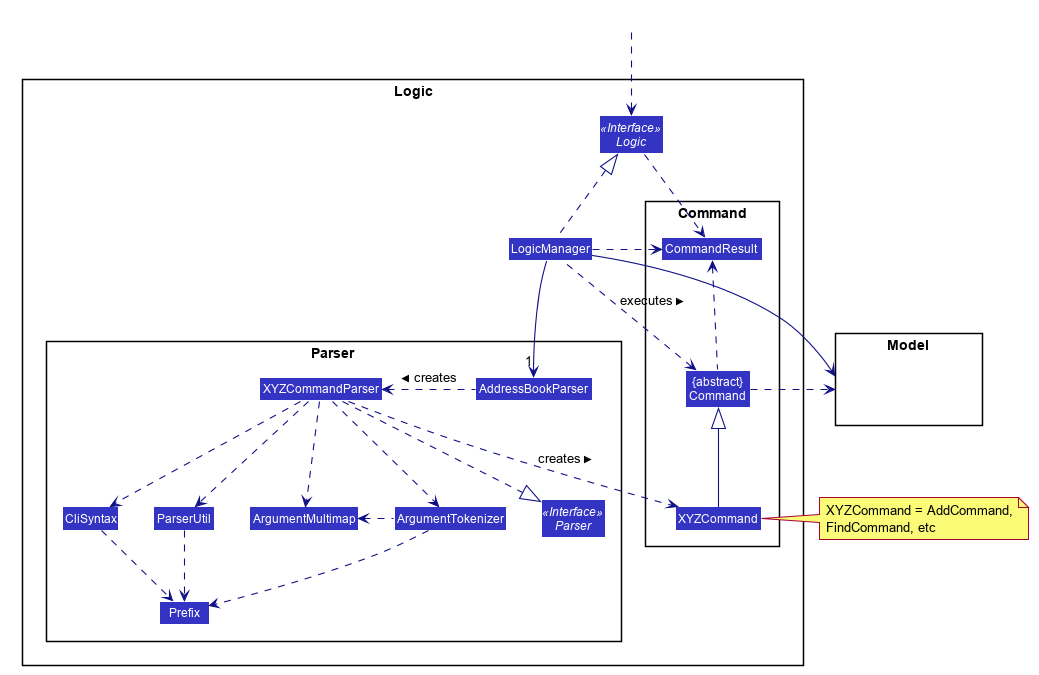
nus-cs2103-AY2021S2/tp keeps this PlantUML diagram as docs/images/LogicClassDiagram.png. Above is the earlier version.
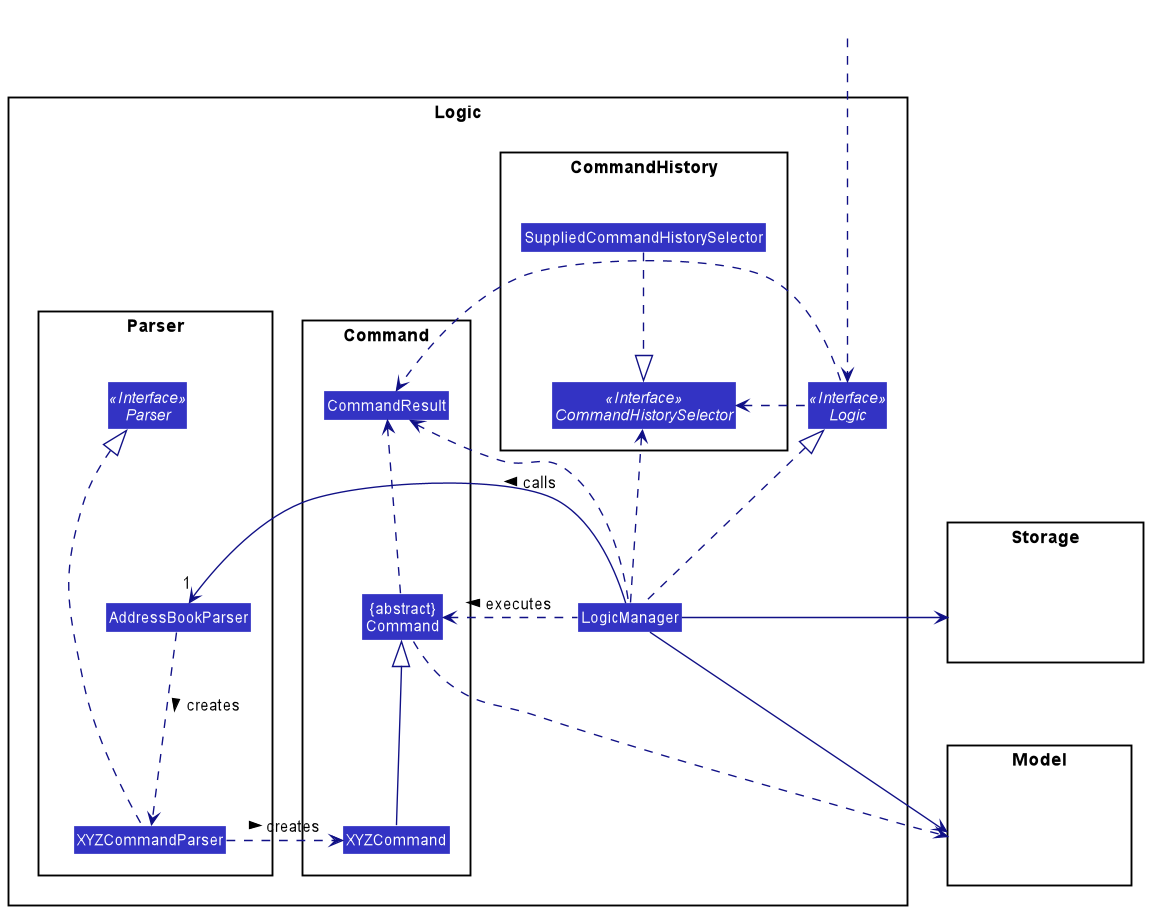
The same diagram one commit later.

Commit message:
Docs(DG): Update Logic component section

What changed in the source:
```diff
@@ -1,55 +1,8 @@
 @startuml
-
-
-
-
-
-
-
-
-skinparam BackgroundColor #FFFFFFF
-
-skinparam Shadowing false
-
-skinparam Class {
-    FontColor #FFFFFF
-    BorderThickness 1
-    BorderColor #FFFFFF
-    StereotypeFontColor #FFFFFF
-    FontName Arial
-}
-
-skinparam Actor {
-    BorderColor #000000
-    Color #000000
-    FontName Arial
-}
-
-skinparam Sequence {
-    MessageAlign center
-    BoxFontSize 15
-    BoxPadding 0
-    BoxFontColor #FFFFFF
-    FontName Arial
-}
-
-skinparam Participant {
-    FontColor #FFFFFFF
-    Padding 20
-}
-
-skinparam MinClassWidth 50
-skinparam ParticipantPadding 10
-skinparam Shadowing false
-skinparam DefaultTextAlignment center
-skinparam packageStyle Rectangle
-
-hide footbox
-hide members
-hide circle
+!include style.puml
 skinparam arrowThickness 1.1
-skinparam arrowColor #101086
-skinparam classBackgroundColor #3333C4
+skinparam arrowColor LOGIC_COLOR_T4
+skinparam classBackgroundColor LOGIC_COLOR
 
 package Logic {
 
@@ -57,11 +10,6 @@
 Interface Parser <<Interface>>
 Class AddressBookParser
 Class XYZCommandParser
-Class CliSyntax
-Class ParserUtil
-Class ArgumentMultimap
-Class ArgumentTokenizer
-Class Prefix
 }
 
 package Command {
@@ -70,40 +18,44 @@
 Class "{abstract}\nCommand" as Command
 }
 
+package CommandHistory {
+Interface CommandHistorySelector <<Interface>>
+Class SuppliedCommandHistorySelector
+}
+
 Interface Logic <<Interface>>
 Class LogicManager
 }
 
-package Model{
+package Model {
 Class HiddenModel #FFFFFF
 }
 
+package Storage {
+CLass HiddenStorage #FFFFFF
+}
+
 Class HiddenOutside #FFFFFF
-HiddenOutside ..> Logic
+HiddenOutside ...> Logic
+Logic ..> CommandResult
 
 LogicManager .up.|> Logic
-LogicManager -->"1" AddressBookParser
-AddressBookParser .left.> XYZCommandParser: creates >
+LogicManager -left->"1" AddressBookParser: calls >
+LogicManager --> Model
+LogicManager -> Storage
+LogicManager .left.> CommandResult
 
-XYZCommandParser ..> XYZCommand : creates >
-XYZCommandParser ..|> Parser
-XYZCommandParser ..> ArgumentMultimap
-XYZCommandParser ..> ArgumentTokenizer
-ArgumentTokenizer .left.> ArgumentMultimap
-XYZCommandParser ..> CliSyntax
-CliSyntax ..> Prefix
-XYZCommandParser ..> ParserUtil
-ParserUtil .down.> Prefix
-ArgumentTokenizer .down.> Prefix
+SuppliedCommandHistorySelector ..|> CommandHistorySelector
+Logic .left> CommandHistorySelector
+LogicManager .> CommandHistorySelector
+
+AddressBookParser .down.> XYZCommandParser: creates >
+XYZCommandParser .right.> XYZCommand : creates >
+XYZCommandParser .up..|> Parser
+
 XYZCommand -up-|> Command
 LogicManager .left.> Command : executes >
-
-LogicManager --> Model
-Command .right.> Model
-note right of XYZCommand: XYZCommand = AddCommand, \nFindCommand, etc
-
-Logic ..> CommandResult
-LogicManager .down.> CommandResult
 Command .up.> CommandResult
 CommandResult -[hidden]-> Parser
+Command .right.> Model
 @enduml
```
